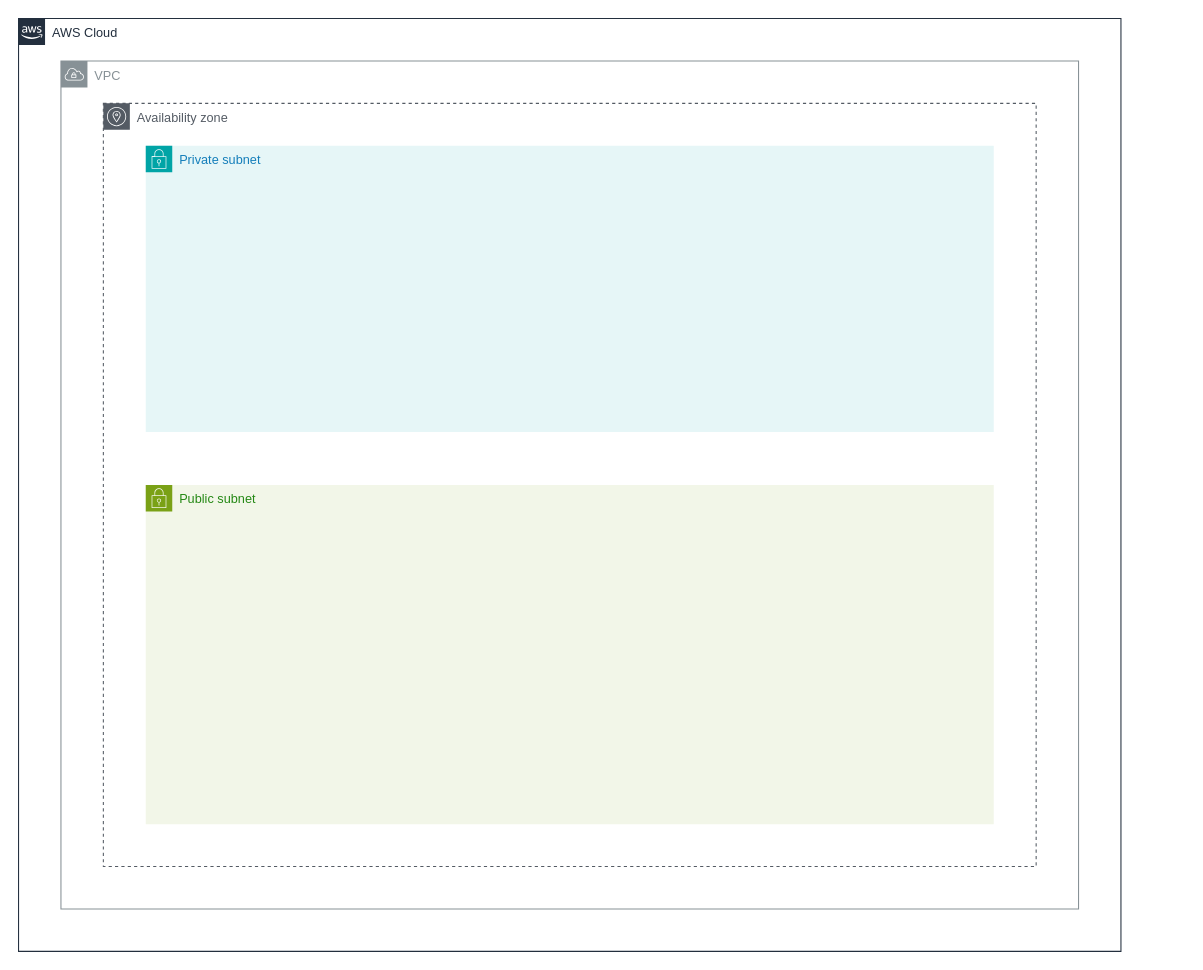
This is aws/templete/diagram.drawio from HKRK8569/terraform-infra-examples, a draw.io file, before an edit. Source tidied: cells renumbered, new cells numbered last; positions are measured from the earlier drawing's top-left corner, leaving out a move shared by most shapes. Both pictures are drawn from the tidied source at 106%, with x=0, y=0 at pixel (18, 18). Pictures stored in the file or linked from it are replaced by grey dashed boxes.
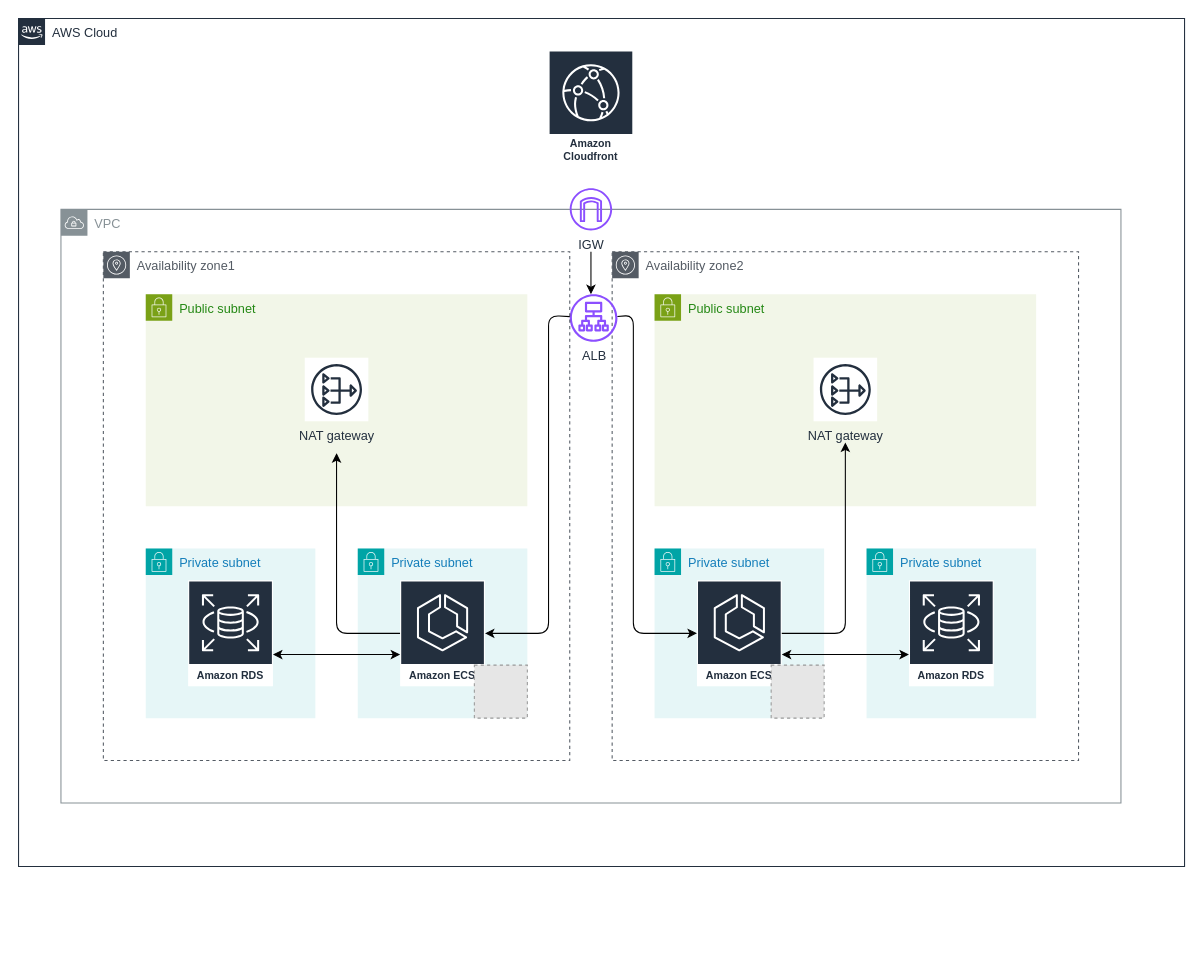
The same diagram, later.

Commit message:
サイズ変更

Diff of the diagram source:
```diff
@@
     <mxCell id="2" value="AWS Cloud" style="gradientColor=none;html=1;whiteSpace=wrap;fontSize=12;fontStyle=0;shape=mxgraph.aws4.group;grIcon=mxgraph.aws4.group_aws_cloud_alt;strokeColor=#232F3E;fillColor=none;verticalAlign=top;align=left;spacingLeft=30;fontColor=#232F3E;dashed=0;" parent="1" vertex="1">
-      <mxGeometry width="1040" height="880" as="geometry" />
+      <mxGeometry width="1100" height="800" as="geometry" />
     </mxCell>
     <mxCell id="3" value="VPC" style="sketch=0;gradientColor=none;html=1;whiteSpace=wrap;fontSize=12;fontStyle=0;shape=mxgraph.aws4.group;grIcon=mxgraph.aws4.group_vpc;strokeColor=#879196;fillColor=none;verticalAlign=top;align=left;spacingLeft=30;fontColor=#879196;dashed=0;" parent="2" vertex="1">
-      <mxGeometry x="40" y="40" width="960" height="800" as="geometry" />
+      <mxGeometry x="40" y="180" width="1000" height="560" as="geometry" />
     </mxCell>
+    <mxCell id="7" value="Availability zone2" style="sketch=0;gradientColor=none;html=1;whiteSpace=wrap;fontSize=12;fontStyle=0;shape=mxgraph.aws4.group;grIcon=mxgraph.aws4.group_availability_zone;strokeColor=#545B64;fillColor=none;verticalAlign=top;align=left;spacingLeft=30;fontColor=#545B64;dashed=1;" parent="2" vertex="1">
+      <mxGeometry x="560" y="220" width="440" height="480" as="geometry" />
+    </mxCell>
     <mxCell id="4" value="Public subnet" style="gradientColor=none;html=1;whiteSpace=wrap;fontSize=12;fontStyle=0;shape=mxgraph.aws4.group;grIcon=mxgraph.aws4.group_security_group;grStroke=0;strokeColor=#7AA116;fillColor=#F2F6E8;verticalAlign=top;align=left;spacingLeft=30;fontColor=#248814;dashed=0;" parent="2" vertex="1">
-      <mxGeometry x="120" y="440" width="800" height="320" as="geometry" />
+      <mxGeometry x="600" y="260" width="360" height="200" as="geometry" />
     </mxCell>
+    <mxCell id="8" value="NAT gateway" style="sketch=0;fontColor=#232F3E;gradientColor=none;strokeColor=#232F3E;fillColor=#ffffff;dashed=0;verticalLabelPosition=bottom;verticalAlign=top;align=center;html=1;fontSize=12;fontStyle=0;shape=mxgraph.aws4.resourceIcon;resIcon=mxgraph.aws4.nat_gateway;" parent="4" vertex="1">
+      <mxGeometry x="150" y="60" width="60" height="60" as="geometry" />
+    </mxCell>
     <mxCell id="5" value="Private subnet" style="gradientColor=none;html=1;whiteSpace=wrap;fontSize=12;fontStyle=0;shape=mxgraph.aws4.group;grIcon=mxgraph.aws4.group_security_group;grStroke=0;strokeColor=#00A4A6;fillColor=#E6F6F7;verticalAlign=top;align=left;spacingLeft=30;fontColor=#147EBA;dashed=0;" parent="2" vertex="1">
-      <mxGeometry x="120" y="120" width="800" height="270" as="geometry" />
+      <mxGeometry x="800" y="500" width="160" height="160" as="geometry" />
     </mxCell>
-    <mxCell id="6" value="Availability zone" style="sketch=0;gradientColor=none;html=1;whiteSpace=wrap;fontSize=12;fontStyle=0;shape=mxgraph.aws4.group;grIcon=mxgraph.aws4.group_availability_zone;strokeColor=#545B64;fillColor=none;verticalAlign=top;align=left;spacingLeft=30;fontColor=#545B64;dashed=1;" parent="2" vertex="1">
-      <mxGeometry x="80" y="80" width="880" height="720" as="geometry" />
-    </mxCell>
+    <mxCell id="9" value="Amazon RDS" style="sketch=0;fontColor=#232F3E;gradientColor=none;strokeColor=#ffffff;fillColor=#232F3E;dashed=0;verticalLabelPosition=middle;verticalAlign=bottom;align=center;html=1;whiteSpace=wrap;fontSize=10;fontStyle=1;spacing=3;shape=mxgraph.aws4.productIcon;prIcon=mxgraph.aws4.rds;" parent="2" vertex="1">
+      <mxGeometry x="840" y="530" width="80" height="100" as="geometry" />
+    </mxCell>
+    <mxCell id="10" value="Private subnet" style="gradientColor=none;html=1;whiteSpace=wrap;fontSize=12;fontStyle=0;shape=mxgraph.aws4.group;grIcon=mxgraph.aws4.group_security_group;grStroke=0;strokeColor=#00A4A6;fillColor=#E6F6F7;verticalAlign=top;align=left;spacingLeft=30;fontColor=#147EBA;dashed=0;" parent="2" vertex="1">
+      <mxGeometry x="600" y="500" width="160" height="160" as="geometry" />
+    </mxCell>
+    <mxCell id="11" style="endArrow=classic;startArrow=classic;html=1;" parent="10" edge="1">
+      <mxGeometry relative="1" as="geometry">
+        <mxPoint x="120" y="100" as="sourcePoint" />
+        <mxPoint x="240" y="100" as="targetPoint" />
+      </mxGeometry>
+    </mxCell>
+    <mxCell id="12" value="Amazon ECS" style="sketch=0;outlineConnect=0;fontColor=#232F3E;gradientColor=none;strokeColor=#ffffff;fillColor=#232F3E;dashed=0;verticalLabelPosition=middle;verticalAlign=bottom;align=center;html=1;whiteSpace=wrap;fontSize=10;fontStyle=1;spacing=3;shape=mxgraph.aws4.productIcon;prIcon=mxgraph.aws4.ecs;" parent="2" vertex="1">
+      <mxGeometry x="640" y="530" width="80" height="100" as="geometry" />
+    </mxCell>
+    <mxCell id="13" style="fillColor=#E6E6E6;strokeColor=#999999;dashed=1;verticalLabelPosition=bottom;labelBackgroundColor=default;verticalAlign=top;" parent="2" vertex="1">
+      <mxGeometry x="710" y="610" width="50" height="50" as="geometry" />
+    </mxCell>
+    <mxCell id="14" value="IGW" style="sketch=0;fontColor=#232F3E;gradientColor=none;fillColor=#8C4FFF;strokeColor=none;dashed=0;verticalLabelPosition=bottom;verticalAlign=top;align=center;html=1;fontSize=12;fontStyle=0;shape=mxgraph.aws4.internet_gateway;" parent="2" vertex="1">
+      <mxGeometry x="520" y="160" width="40" height="40" as="geometry" />
+    </mxCell>
+    <mxCell id="15" value="ALB" style="sketch=0;outlineConnect=0;fontColor=#232F3E;gradientColor=none;fillColor=#8C4FFF;strokeColor=none;dashed=0;verticalLabelPosition=bottom;verticalAlign=top;align=center;html=1;fontSize=12;fontStyle=0;shape=mxgraph.aws4.application_load_balancer;" parent="2" vertex="1">
+      <mxGeometry x="520" y="260" width="45" height="45" as="geometry" />
+    </mxCell>
+    <mxCell id="16" value="Availability zone1" style="sketch=0;gradientColor=none;html=1;whiteSpace=wrap;fontSize=12;fontStyle=0;shape=mxgraph.aws4.group;grIcon=mxgraph.aws4.group_availability_zone;strokeColor=#545B64;fillColor=none;verticalAlign=top;align=left;spacingLeft=30;fontColor=#545B64;dashed=1;" parent="2" vertex="1">
+      <mxGeometry x="80" y="220" width="440" height="480" as="geometry" />
+    </mxCell>
+    <mxCell id="17" value="Public subnet" style="gradientColor=none;html=1;whiteSpace=wrap;fontSize=12;fontStyle=0;shape=mxgraph.aws4.group;grIcon=mxgraph.aws4.group_security_group;grStroke=0;strokeColor=#7AA116;fillColor=#F2F6E8;verticalAlign=top;align=left;spacingLeft=30;fontColor=#248814;dashed=0;" parent="2" vertex="1">
+      <mxGeometry x="120" y="260" width="360" height="200" as="geometry" />
+    </mxCell>
+    <mxCell id="18" value="NAT gateway" style="sketch=0;fontColor=#232F3E;gradientColor=none;strokeColor=#232F3E;fillColor=#ffffff;dashed=0;verticalLabelPosition=bottom;verticalAlign=top;align=center;html=1;fontSize=12;fontStyle=0;shape=mxgraph.aws4.resourceIcon;resIcon=mxgraph.aws4.nat_gateway;" parent="17" vertex="1">
+      <mxGeometry x="150" y="60" width="60" height="60" as="geometry" />
+    </mxCell>
+    <mxCell id="19" value="Private subnet" style="gradientColor=none;html=1;whiteSpace=wrap;fontSize=12;fontStyle=0;shape=mxgraph.aws4.group;grIcon=mxgraph.aws4.group_security_group;grStroke=0;strokeColor=#00A4A6;fillColor=#E6F6F7;verticalAlign=top;align=left;spacingLeft=30;fontColor=#147EBA;dashed=0;" parent="2" vertex="1">
+      <mxGeometry x="120" y="500" width="160" height="160" as="geometry" />
+    </mxCell>
+    <mxCell id="20" value="Amazon RDS" style="sketch=0;fontColor=#232F3E;gradientColor=none;strokeColor=#ffffff;fillColor=#232F3E;dashed=0;verticalLabelPosition=middle;verticalAlign=bottom;align=center;html=1;whiteSpace=wrap;fontSize=10;fontStyle=1;spacing=3;shape=mxgraph.aws4.productIcon;prIcon=mxgraph.aws4.rds;" parent="2" vertex="1">
+      <mxGeometry x="160" y="530" width="80" height="100" as="geometry" />
+    </mxCell>
+    <mxCell id="21" value="Private subnet" style="gradientColor=none;html=1;whiteSpace=wrap;fontSize=12;fontStyle=0;shape=mxgraph.aws4.group;grIcon=mxgraph.aws4.group_security_group;grStroke=0;strokeColor=#00A4A6;fillColor=#E6F6F7;verticalAlign=top;align=left;spacingLeft=30;fontColor=#147EBA;dashed=0;" parent="2" vertex="1">
+      <mxGeometry x="320" y="500" width="160" height="160" as="geometry" />
+    </mxCell>
+    <mxCell id="22" style="edgeStyle=none;html=1;" parent="21" edge="1">
+      <mxGeometry relative="1" as="geometry">
+        <mxPoint x="40" y="80" as="sourcePoint" />
+        <mxPoint x="-20" y="-90" as="targetPoint" />
+        <Array as="points">
+          <mxPoint x="-20" y="80" />
+        </Array>
+      </mxGeometry>
+    </mxCell>
+    <mxCell id="23" style="edgeStyle=none;html=1;" parent="2" edge="1" source="15" target="24">
+      <mxGeometry relative="1" as="geometry">
+        <Array as="points">
+          <mxPoint x="500" y="280" />
+          <mxPoint x="500" y="580" />
+        </Array>
+      </mxGeometry>
+    </mxCell>
+    <mxCell id="24" value="Amazon ECS" style="sketch=0;outlineConnect=0;fontColor=#232F3E;gradientColor=none;strokeColor=#ffffff;fillColor=#232F3E;dashed=0;verticalLabelPosition=middle;verticalAlign=bottom;align=center;html=1;whiteSpace=wrap;fontSize=10;fontStyle=1;spacing=3;shape=mxgraph.aws4.productIcon;prIcon=mxgraph.aws4.ecs;" parent="2" vertex="1">
+      <mxGeometry x="360" y="530" width="80" height="100" as="geometry" />
+    </mxCell>
+    <mxCell id="25" style="fillColor=#E6E6E6;strokeColor=#999999;dashed=1;verticalLabelPosition=bottom;labelBackgroundColor=default;verticalAlign=top;" parent="2" vertex="1">
+      <mxGeometry x="430" y="610" width="50" height="50" as="geometry" />
+    </mxCell>
+    <mxCell id="26" style="edgeStyle=none;html=1;" parent="2" edge="1" source="15" target="12">
+      <mxGeometry relative="1" as="geometry">
+        <Array as="points">
+          <mxPoint x="580" y="280" />
+          <mxPoint x="580" y="580" />
+        </Array>
+      </mxGeometry>
+    </mxCell>
+    <mxCell id="27" style="edgeStyle=none;html=1;" parent="2" edge="1" source="12">
+      <mxGeometry relative="1" as="geometry">
+        <mxPoint x="780" y="400" as="targetPoint" />
+        <Array as="points">
+          <mxPoint x="780" y="580" />
+        </Array>
+      </mxGeometry>
+    </mxCell>
+    <mxCell id="28" style="endArrow=classic;startArrow=classic;html=1;" parent="2" edge="1">
+      <mxGeometry relative="1" as="geometry">
+        <mxPoint x="240" y="600" as="sourcePoint" />
+        <mxPoint x="360" y="600" as="targetPoint" />
+      </mxGeometry>
+    </mxCell>
+    <mxCell id="29" style="endArrow=classic;html=1;" parent="2" edge="1">
+      <mxGeometry relative="1" as="geometry">
+        <mxPoint x="540" y="220" as="sourcePoint" />
+        <mxPoint x="540" y="260" as="targetPoint" />
+      </mxGeometry>
+    </mxCell>
+    <mxCell id="30" value="Amazon Cloudfront" style="sketch=0;fontColor=#232F3E;gradientColor=none;strokeColor=#ffffff;fillColor=#232F3E;dashed=0;verticalLabelPosition=middle;verticalAlign=bottom;align=center;html=1;whiteSpace=wrap;fontSize=10;fontStyle=1;spacing=3;shape=mxgraph.aws4.productIcon;prIcon=mxgraph.aws4.cloudfront;" parent="2" vertex="1">
+      <mxGeometry x="500" y="30" width="80" height="110" as="geometry" />
+    </mxCell>
```
